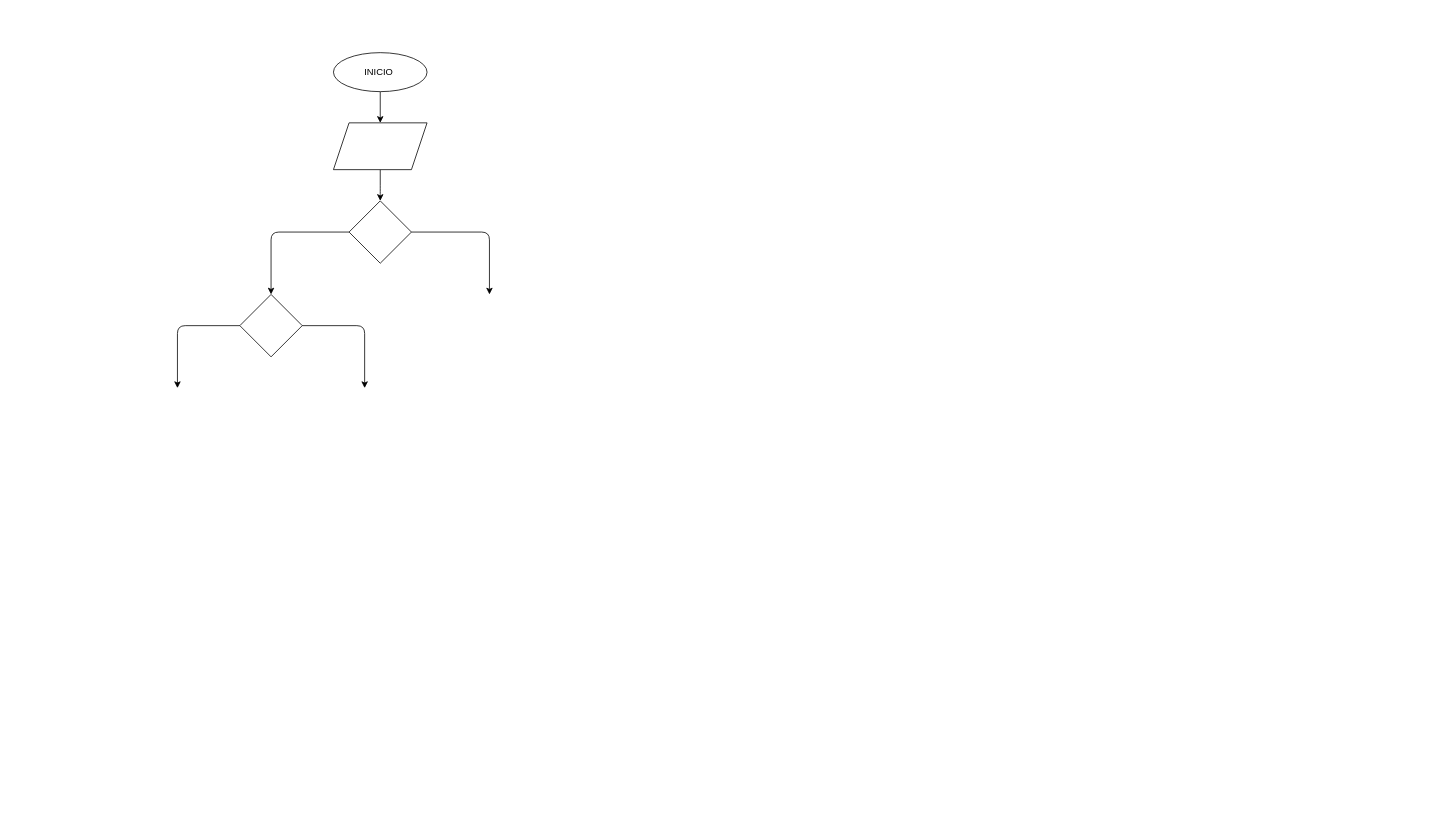
lauraq5/piedra-papel-o-tijera- keeps this draw.io diagram as diagrama.drawio. Above is the earlier version. Source tidied: cells renumbered, new cells numbered last; positions are measured from the earlier drawing's top-left corner, leaving out a move shared by most shapes. Both pictures are drawn from the tidied source at 78%, with x=0, y=0 at pixel (177, 52).
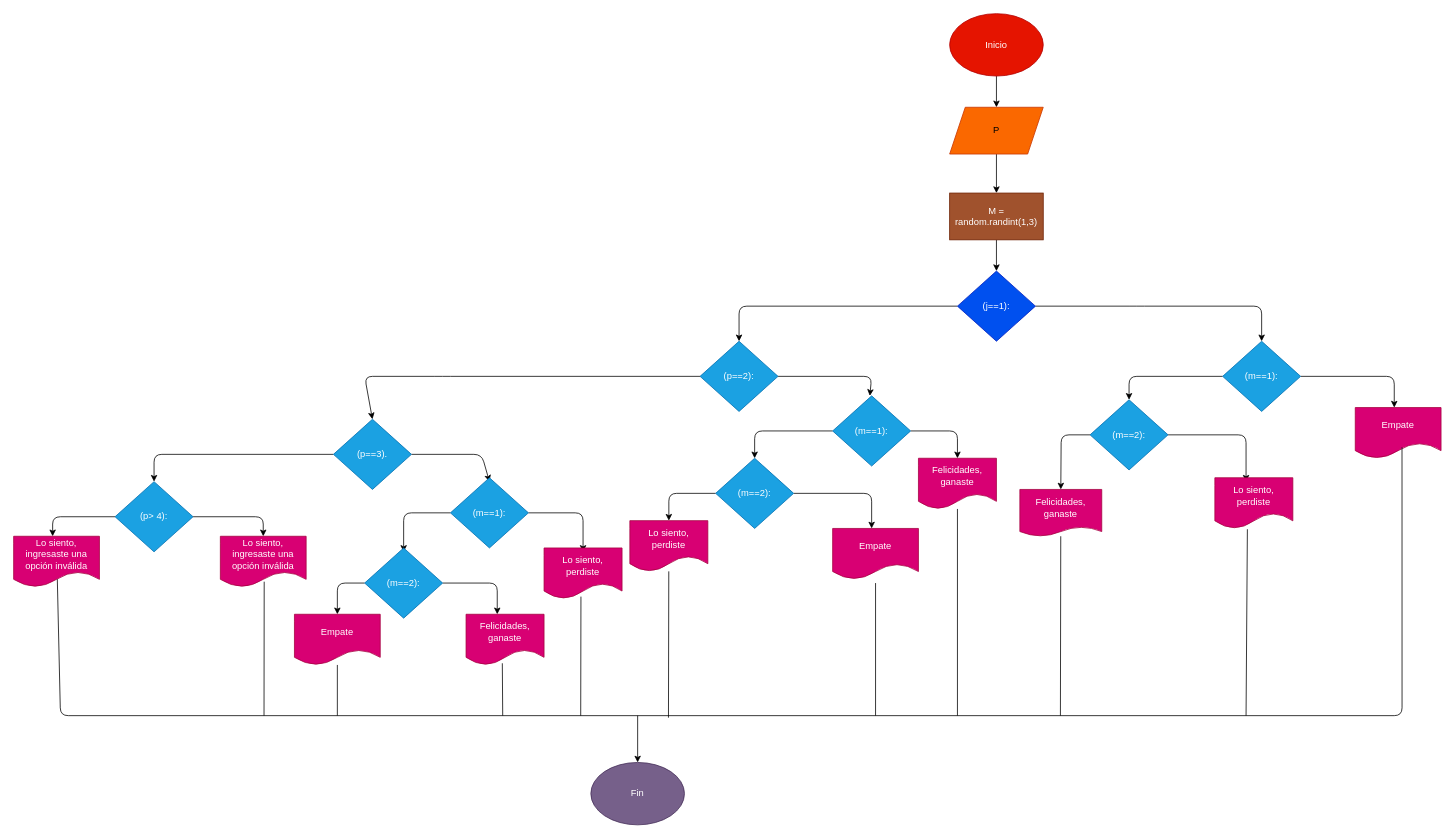
After the change.

Commit message (it also covers changes not shown here):
se creo el diagrama de flujo y se agrego al README

Change to the diagram source:
```diff
@@
+    <mxCell id="3" style="edgeStyle=none;html=1;" parent="1" edge="1" source="5" target="6">
+      <mxGeometry relative="1" as="geometry" />
+    </mxCell>
+    <mxCell id="5" value="Inicio" style="ellipse;whiteSpace=wrap;html=1;fillColor=#e51400;fontColor=#ffffff;strokeColor=#B20000;" parent="1" vertex="1">
+      <mxGeometry x="990" y="-50" width="120" height="80" as="geometry" />
+    </mxCell>
-    <mxCell id="2" style="edgeStyle=none;html=1;" parent="1" edge="1" source="3">
-      <mxGeometry relative="1" as="geometry">
-        <mxPoint x="260" y="90" as="targetPoint" />
-      </mxGeometry>
+    <mxCell id="2" style="edgeStyle=none;html=1;" parent="1" edge="1" source="6" target="7">
+      <mxGeometry relative="1" as="geometry" />
     </mxCell>
-    <mxCell id="3" value="INICIO&amp;nbsp;" style="ellipse;whiteSpace=wrap;html=1;" parent="1" vertex="1">
-      <mxGeometry x="200" width="120" height="50" as="geometry" />
-    </mxCell>
+    <mxCell id="6" value="P" style="shape=parallelogram;perimeter=parallelogramPerimeter;whiteSpace=wrap;html=1;fixedSize=1;fillColor=#fa6800;fontColor=#000000;strokeColor=#C73500;" parent="1" vertex="1">
+      <mxGeometry x="990" y="70" width="120" height="60" as="geometry" />
+    </mxCell>
-    <mxCell id="4" style="edgeStyle=none;html=1;" parent="1" edge="1" source="5">
-      <mxGeometry relative="1" as="geometry">
-        <mxPoint x="260" y="190" as="targetPoint" />
-        <Array as="points">
-          <mxPoint x="260" y="180" />
-        </Array>
-      </mxGeometry>
+    <mxCell id="4" style="edgeStyle=none;html=1;" parent="1" edge="1" source="7" target="10">
+      <mxGeometry relative="1" as="geometry" />
     </mxCell>
-    <mxCell id="5" style="shape=parallelogram;perimeter=parallelogramPerimeter;whiteSpace=wrap;html=1;fixedSize=1;" parent="1" vertex="1">
-      <mxGeometry x="200" y="90" width="120" height="60" as="geometry" />
-    </mxCell>
-    <mxCell id="6" style="rhombus;whiteSpace=wrap;html=1;" parent="1" vertex="1">
-      <mxGeometry x="220" y="190" width="80" height="80" as="geometry" />
-    </mxCell>
-    <mxCell id="7" style="endArrow=classic;html=1;exitX=0;exitY=0.5;exitDx=0;exitDy=0;" parent="1" edge="1" source="6">
-      <mxGeometry relative="1" as="geometry">
-        <mxPoint x="120" y="310" as="targetPoint" />
-        <Array as="points">
-          <mxPoint x="120" y="230" />
-        </Array>
-      </mxGeometry>
+    <mxCell id="7" value="M = random.randint(1,3)" style="whiteSpace=wrap;html=1;fillColor=#a0522d;fontColor=#ffffff;strokeColor=#6D1F00;" parent="1" vertex="1">
+      <mxGeometry x="990" y="180" width="120" height="60" as="geometry" />
     </mxCell>
-    <mxCell id="8" style="endArrow=classic;html=1;exitX=1;exitY=0.5;exitDx=0;exitDy=0;" parent="1" edge="1" source="6">
+    <mxCell id="8" style="edgeStyle=none;html=1;" parent="1" edge="1" source="10">
       <mxGeometry relative="1" as="geometry">
-        <mxPoint x="400" y="310" as="targetPoint" />
+        <mxPoint x="1390" y="370" as="targetPoint" />
         <Array as="points">
-          <mxPoint x="400" y="230" />
+          <mxPoint x="1230" y="325" />
+          <mxPoint x="1390" y="325" />
         </Array>
       </mxGeometry>
     </mxCell>
-    <mxCell id="9" style="rhombus;whiteSpace=wrap;html=1;" parent="1" vertex="1">
-      <mxGeometry x="80" y="310" width="80" height="80" as="geometry" />
+    <mxCell id="9" style="edgeStyle=none;html=1;entryX=0.5;entryY=0;entryDx=0;entryDy=0;" parent="1" edge="1" source="10" target="20">
+      <mxGeometry relative="1" as="geometry">
+        <Array as="points">
+          <mxPoint x="720" y="325" />
+        </Array>
+      </mxGeometry>
     </mxCell>
-    <mxCell id="10" style="endArrow=classic;html=1;exitX=0;exitY=0.5;exitDx=0;exitDy=0;" parent="1" edge="1" source="9">
-      <mxGeometry relative="1" as="geometry">
-        <mxPoint y="430" as="targetPoint" />
-        <Array as="points">
-          <mxPoint y="350" />
-        </Array>
-      </mxGeometry>
+    <mxCell id="10" value="(j==1):" style="rhombus;whiteSpace=wrap;html=1;fillColor=#0050ef;fontColor=#ffffff;strokeColor=#001DBC;" parent="1" vertex="1">
+      <mxGeometry x="1000" y="280" width="100" height="90" as="geometry" />
     </mxCell>
-    <mxCell id="11" style="endArrow=classic;html=1;exitX=1;exitY=0.5;exitDx=0;exitDy=0;" parent="1" edge="1" source="9">
+    <mxCell id="11" style="edgeStyle=none;html=1;" parent="1" edge="1" source="13">
       <mxGeometry relative="1" as="geometry">
-        <mxPoint x="240" y="430" as="targetPoint" />
+        <mxPoint x="1560" y="455" as="targetPoint" />
         <Array as="points">
-          <mxPoint x="240" y="350" />
+          <mxPoint x="1560" y="415" />
         </Array>
       </mxGeometry>
     </mxCell>
+    <mxCell id="12" style="edgeStyle=none;html=1;entryX=0.5;entryY=0;entryDx=0;entryDy=0;" parent="1" edge="1" source="13" target="16">
+      <mxGeometry relative="1" as="geometry">
+        <Array as="points">
+          <mxPoint x="1220" y="415" />
+        </Array>
+      </mxGeometry>
+    </mxCell>
+    <mxCell id="13" value="(m==1):" style="rhombus;whiteSpace=wrap;html=1;fillColor=#1ba1e2;fontColor=#ffffff;strokeColor=#006EAF;" parent="1" vertex="1">
+      <mxGeometry x="1340" y="370" width="100" height="90" as="geometry" />
+    </mxCell>
+    <mxCell id="14" style="edgeStyle=none;html=1;entryX=0.5;entryY=0;entryDx=0;entryDy=0;" parent="1" edge="1" source="16" target="17">
+      <mxGeometry relative="1" as="geometry">
+        <Array as="points">
+          <mxPoint x="1133" y="490" />
+        </Array>
+      </mxGeometry>
+    </mxCell>
+    <mxCell id="15" style="edgeStyle=none;html=1;entryX=0.4;entryY=0.077;entryDx=0;entryDy=0;entryPerimeter=0;" parent="1" edge="1" source="16" target="30">
+      <mxGeometry relative="1" as="geometry">
+        <Array as="points">
+          <mxPoint x="1370" y="490" />
+        </Array>
+      </mxGeometry>
+    </mxCell>
+    <mxCell id="16" value="(m==2):" style="rhombus;whiteSpace=wrap;html=1;fillColor=#1ba1e2;fontColor=#ffffff;strokeColor=#006EAF;" parent="1" vertex="1">
+      <mxGeometry x="1170" y="445" width="100" height="90" as="geometry" />
+    </mxCell>
+    <mxCell id="17" value="Felicidades, ganaste" style="shape=document;whiteSpace=wrap;html=1;boundedLbl=1;size=0.2;fillColor=#d80073;fontColor=#ffffff;strokeColor=#A50040;" parent="1" vertex="1">
+      <mxGeometry x="1080" y="560" width="105" height="60" as="geometry" />
+    </mxCell>
+    <mxCell id="18" style="edgeStyle=none;html=1;" parent="1" edge="1" source="20">
+      <mxGeometry relative="1" as="geometry">
+        <mxPoint x="887.7" y="440" as="targetPoint" />
+        <Array as="points">
+          <mxPoint x="890" y="415" />
+        </Array>
+      </mxGeometry>
+    </mxCell>
+    <mxCell id="19" style="edgeStyle=none;html=1;entryX=0.5;entryY=0;entryDx=0;entryDy=0;" parent="1" edge="1" source="20" target="34">
+      <mxGeometry relative="1" as="geometry">
+        <Array as="points">
+          <mxPoint x="340" y="415" />
+          <mxPoint x="240" y="415" />
+        </Array>
+      </mxGeometry>
+    </mxCell>
+    <mxCell id="20" value="(p==2):" style="rhombus;whiteSpace=wrap;html=1;fillColor=#1ba1e2;fontColor=#ffffff;strokeColor=#006EAF;" parent="1" vertex="1">
+      <mxGeometry x="670" y="370" width="100" height="90" as="geometry" />
+    </mxCell>
+    <mxCell id="21" style="edgeStyle=none;html=1;entryX=0.5;entryY=0;entryDx=0;entryDy=0;" parent="1" edge="1" source="23" target="24">
+      <mxGeometry relative="1" as="geometry">
+        <Array as="points">
+          <mxPoint x="1000" y="485" />
+        </Array>
+      </mxGeometry>
+    </mxCell>
+    <mxCell id="22" style="edgeStyle=none;html=1;" parent="1" edge="1" source="23">
+      <mxGeometry relative="1" as="geometry">
+        <mxPoint x="740" y="520" as="targetPoint" />
+        <Array as="points">
+          <mxPoint x="740" y="485" />
+        </Array>
+      </mxGeometry>
+    </mxCell>
+    <mxCell id="23" value="(m==1):" style="rhombus;whiteSpace=wrap;html=1;fillColor=#1ba1e2;fontColor=#ffffff;strokeColor=#006EAF;" parent="1" vertex="1">
+      <mxGeometry x="840" y="440" width="100" height="90" as="geometry" />
+    </mxCell>
+    <mxCell id="24" value="Felicidades, ganaste" style="shape=document;whiteSpace=wrap;html=1;boundedLbl=1;fillColor=#d80073;fontColor=#ffffff;strokeColor=#A50040;" parent="1" vertex="1">
+      <mxGeometry x="950" y="520" width="100" height="65" as="geometry" />
+    </mxCell>
+    <mxCell id="25" style="edgeStyle=none;html=1;" parent="1" edge="1" source="27">
+      <mxGeometry relative="1" as="geometry">
+        <mxPoint x="890" y="610" as="targetPoint" />
+        <Array as="points">
+          <mxPoint x="890" y="565" />
+        </Array>
+      </mxGeometry>
+    </mxCell>
+    <mxCell id="26" style="edgeStyle=none;html=1;entryX=0.5;entryY=0;entryDx=0;entryDy=0;" parent="1" edge="1" source="27" target="29">
+      <mxGeometry relative="1" as="geometry">
+        <Array as="points">
+          <mxPoint x="630" y="565" />
+        </Array>
+      </mxGeometry>
+    </mxCell>
+    <mxCell id="27" value="(m==2):" style="rhombus;whiteSpace=wrap;html=1;fillColor=#1ba1e2;fontColor=#ffffff;strokeColor=#006EAF;" parent="1" vertex="1">
+      <mxGeometry x="690" y="520" width="100" height="90" as="geometry" />
+    </mxCell>
+    <mxCell id="28" value="Empate" style="shape=document;whiteSpace=wrap;html=1;boundedLbl=1;fillColor=#d80073;fontColor=#ffffff;strokeColor=#A50040;" parent="1" vertex="1">
+      <mxGeometry x="840" y="610" width="110" height="65" as="geometry" />
+    </mxCell>
+    <mxCell id="29" value="Lo siento, perdiste" style="shape=document;whiteSpace=wrap;html=1;boundedLbl=1;fillColor=#d80073;fontColor=#ffffff;strokeColor=#A50040;" parent="1" vertex="1">
+      <mxGeometry x="580" y="600" width="100" height="65" as="geometry" />
+    </mxCell>
+    <mxCell id="30" value="Lo siento, perdiste" style="shape=document;whiteSpace=wrap;html=1;boundedLbl=1;fillColor=#d80073;fontColor=#ffffff;strokeColor=#A50040;" parent="1" vertex="1">
+      <mxGeometry x="1330" y="545" width="100" height="65" as="geometry" />
+    </mxCell>
+    <mxCell id="31" value="Empate" style="shape=document;whiteSpace=wrap;html=1;boundedLbl=1;fillColor=#d80073;fontColor=#ffffff;strokeColor=#A50040;" parent="1" vertex="1">
+      <mxGeometry x="1510" y="455" width="110" height="65" as="geometry" />
+    </mxCell>
+    <mxCell id="32" style="edgeStyle=none;html=1;entryX=0.5;entryY=0.056;entryDx=0;entryDy=0;entryPerimeter=0;" parent="1" edge="1" source="34" target="37">
+      <mxGeometry relative="1" as="geometry">
+        <Array as="points">
+          <mxPoint x="390" y="515" />
+        </Array>
+      </mxGeometry>
+    </mxCell>
+    <mxCell id="33" style="edgeStyle=none;html=1;entryX=0.5;entryY=0;entryDx=0;entryDy=0;" parent="1" edge="1" source="34" target="46">
+      <mxGeometry relative="1" as="geometry">
+        <Array as="points">
+          <mxPoint x="-30" y="515" />
+        </Array>
+      </mxGeometry>
+    </mxCell>
+    <mxCell id="34" value="(p==3)." style="rhombus;whiteSpace=wrap;html=1;fillColor=#1ba1e2;fontColor=#ffffff;strokeColor=#006EAF;" parent="1" vertex="1">
+      <mxGeometry x="200" y="470" width="100" height="90" as="geometry" />
+    </mxCell>
+    <mxCell id="35" style="edgeStyle=none;html=1;" parent="1" edge="1" source="37">
+      <mxGeometry relative="1" as="geometry">
+        <mxPoint x="520" y="640" as="targetPoint" />
+        <Array as="points">
+          <mxPoint x="520" y="590" />
+        </Array>
+      </mxGeometry>
+    </mxCell>
+    <mxCell id="36" style="edgeStyle=none;html=1;" parent="1" edge="1" source="37">
+      <mxGeometry relative="1" as="geometry">
+        <mxPoint x="290" y="640" as="targetPoint" />
+        <Array as="points">
+          <mxPoint x="290" y="590" />
+        </Array>
+      </mxGeometry>
+    </mxCell>
+    <mxCell id="37" value="(m==1):" style="rhombus;whiteSpace=wrap;html=1;fillColor=#1ba1e2;fontColor=#ffffff;strokeColor=#006EAF;" parent="1" vertex="1">
+      <mxGeometry x="350" y="545" width="100" height="90" as="geometry" />
+    </mxCell>
+    <mxCell id="38" value="Lo siento, perdiste" style="shape=document;whiteSpace=wrap;html=1;boundedLbl=1;fillColor=#d80073;fontColor=#ffffff;strokeColor=#A50040;" parent="1" vertex="1">
+      <mxGeometry x="470" y="635" width="100" height="65" as="geometry" />
+    </mxCell>
+    <mxCell id="39" style="edgeStyle=none;html=1;" parent="1" edge="1" source="41">
+      <mxGeometry relative="1" as="geometry">
+        <mxPoint x="410" y="720" as="targetPoint" />
+        <Array as="points">
+          <mxPoint x="410" y="680" />
+        </Array>
+      </mxGeometry>
+    </mxCell>
+    <mxCell id="40" style="edgeStyle=none;html=1;entryX=0.5;entryY=0;entryDx=0;entryDy=0;fontColor=#666600;" parent="1" edge="1" source="41" target="43">
+      <mxGeometry relative="1" as="geometry">
+        <Array as="points">
+          <mxPoint x="205" y="680" />
+        </Array>
+      </mxGeometry>
+    </mxCell>
+    <mxCell id="41" value="(m==2):" style="rhombus;whiteSpace=wrap;html=1;fillColor=#1ba1e2;fontColor=#ffffff;strokeColor=#006EAF;" parent="1" vertex="1">
+      <mxGeometry x="240" y="635" width="100" height="90" as="geometry" />
+    </mxCell>
+    <mxCell id="42" value="Felicidades, ganaste" style="shape=document;whiteSpace=wrap;html=1;boundedLbl=1;fillColor=#d80073;fontColor=#ffffff;strokeColor=#A50040;" parent="1" vertex="1">
+      <mxGeometry x="370" y="720" width="100" height="65" as="geometry" />
+    </mxCell>
+    <mxCell id="43" value="Empate" style="shape=document;whiteSpace=wrap;html=1;boundedLbl=1;fillColor=#d80073;fontColor=#ffffff;strokeColor=#A50040;" parent="1" vertex="1">
+      <mxGeometry x="150" y="720" width="110" height="65" as="geometry" />
+    </mxCell>
+    <mxCell id="44" style="edgeStyle=none;html=1;" parent="1" edge="1" source="46">
+      <mxGeometry relative="1" as="geometry">
+        <mxPoint x="110" y="620" as="targetPoint" />
+        <Array as="points">
+          <mxPoint x="110" y="595" />
+        </Array>
+      </mxGeometry>
+    </mxCell>
+    <mxCell id="45" style="edgeStyle=none;html=1;" parent="1" edge="1" source="46">
+      <mxGeometry relative="1" as="geometry">
+        <mxPoint x="-160" y="620" as="targetPoint" />
+        <Array as="points">
+          <mxPoint x="-160" y="595" />
+        </Array>
+      </mxGeometry>
+    </mxCell>
+    <mxCell id="46" value="(p&amp;gt; 4):" style="rhombus;whiteSpace=wrap;html=1;fillColor=#1ba1e2;fontColor=#ffffff;strokeColor=#006EAF;" parent="1" vertex="1">
+      <mxGeometry x="-80" y="550" width="100" height="90" as="geometry" />
+    </mxCell>
+    <mxCell id="47" value="Lo siento, ingresaste una opción inválida" style="shape=document;whiteSpace=wrap;html=1;boundedLbl=1;fillColor=#d80073;fontColor=#ffffff;strokeColor=#A50040;" parent="1" vertex="1">
+      <mxGeometry x="55" y="620" width="110" height="65" as="geometry" />
+    </mxCell>
+    <mxCell id="48" value="Lo siento, ingresaste una opción inválida" style="shape=document;whiteSpace=wrap;html=1;boundedLbl=1;fillColor=#d80073;fontColor=#ffffff;strokeColor=#A50040;" parent="1" vertex="1">
+      <mxGeometry x="-210" y="620" width="110" height="65" as="geometry" />
+    </mxCell>
+    <mxCell id="49" style="endArrow=none;html=1;" parent="1" edge="1" target="43">
+      <mxGeometry relative="1" as="geometry">
+        <mxPoint x="205" y="850" as="sourcePoint" />
+      </mxGeometry>
+    </mxCell>
+    <mxCell id="50" style="endArrow=none;html=1;entryX=0.465;entryY=0.967;entryDx=0;entryDy=0;entryPerimeter=0;" parent="1" edge="1" target="42">
+      <mxGeometry relative="1" as="geometry">
+        <mxPoint x="417" y="850" as="sourcePoint" />
+      </mxGeometry>
+    </mxCell>
+    <mxCell id="51" style="endArrow=none;html=1;entryX=0.511;entryY=0.896;entryDx=0;entryDy=0;entryPerimeter=0;" parent="1" edge="1" target="47">
+      <mxGeometry relative="1" as="geometry">
+        <mxPoint x="111" y="850" as="sourcePoint" />
+      </mxGeometry>
+    </mxCell>
+    <mxCell id="52" style="endArrow=none;html=1;entryX=0.473;entryY=0.96;entryDx=0;entryDy=0;entryPerimeter=0;" parent="1" edge="1" target="38">
+      <mxGeometry relative="1" as="geometry">
+        <mxPoint x="517" y="850" as="sourcePoint" />
+      </mxGeometry>
+    </mxCell>
+    <mxCell id="53" style="endArrow=none;html=1;" parent="1" edge="1" target="29">
+      <mxGeometry relative="1" as="geometry">
+        <mxPoint x="629.5" y="852.6" as="sourcePoint" />
+      </mxGeometry>
+    </mxCell>
+    <mxCell id="54" style="endArrow=none;html=1;" parent="1" edge="1">
+      <mxGeometry relative="1" as="geometry">
+        <mxPoint x="895" y="850" as="sourcePoint" />
+        <mxPoint x="895" y="680" as="targetPoint" />
+      </mxGeometry>
+    </mxCell>
+    <mxCell id="55" style="endArrow=none;html=1;" parent="1" edge="1" target="24">
+      <mxGeometry relative="1" as="geometry">
+        <mxPoint x="1000" y="850" as="sourcePoint" />
+      </mxGeometry>
+    </mxCell>
+    <mxCell id="56" style="endArrow=none;html=1;" parent="1" edge="1" target="17">
+      <mxGeometry relative="1" as="geometry">
+        <mxPoint x="1132" y="850" as="sourcePoint" />
+      </mxGeometry>
+    </mxCell>
+    <mxCell id="57" style="endArrow=none;html=1;entryX=0.417;entryY=1.016;entryDx=0;entryDy=0;entryPerimeter=0;" parent="1" edge="1" target="30">
+      <mxGeometry relative="1" as="geometry">
+        <mxPoint x="1370" y="850" as="sourcePoint" />
+      </mxGeometry>
+    </mxCell>
+    <mxCell id="58" style="endArrow=none;html=1;exitX=0.509;exitY=0.846;exitDx=0;exitDy=0;exitPerimeter=0;entryX=0.545;entryY=0.785;entryDx=0;entryDy=0;entryPerimeter=0;" parent="1" edge="1" source="48" target="31">
+      <mxGeometry relative="1" as="geometry">
+        <Array as="points">
+          <mxPoint x="-150" y="850" />
+          <mxPoint x="1570" y="850" />
+        </Array>
+      </mxGeometry>
+    </mxCell>
+    <mxCell id="59" style="endArrow=classic;html=1;" parent="1" edge="1">
+      <mxGeometry relative="1" as="geometry">
+        <mxPoint x="590" y="850" as="sourcePoint" />
+        <mxPoint x="590" y="910" as="targetPoint" />
+      </mxGeometry>
+    </mxCell>
+    <mxCell id="60" value="Fin" style="ellipse;whiteSpace=wrap;html=1;fillColor=#76608a;fontColor=#ffffff;strokeColor=#432D57;" parent="1" vertex="1">
+      <mxGeometry x="530" y="910" width="120" height="80" as="geometry" />
+    </mxCell>
```
